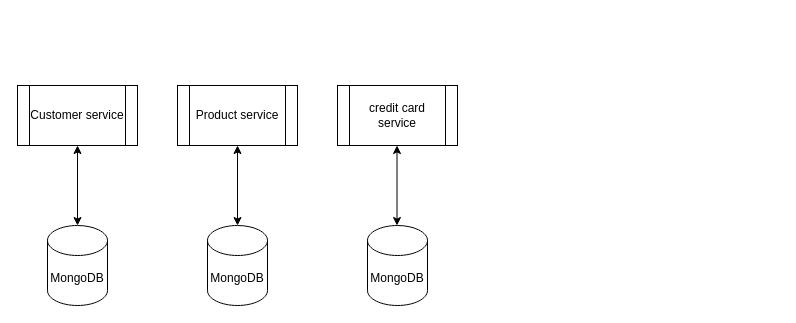
The draw.io diagram banking_diagram.drawio in flex18/banking_diagrama, before the edit. Source tidied: cells renumbered, new cells numbered last; positions are measured from the earlier drawing's top-left corner, leaving out a move shared by most shapes. Both pictures are drawn from the tidied source at 100%, with x=0, y=0 at pixel (17, 85).
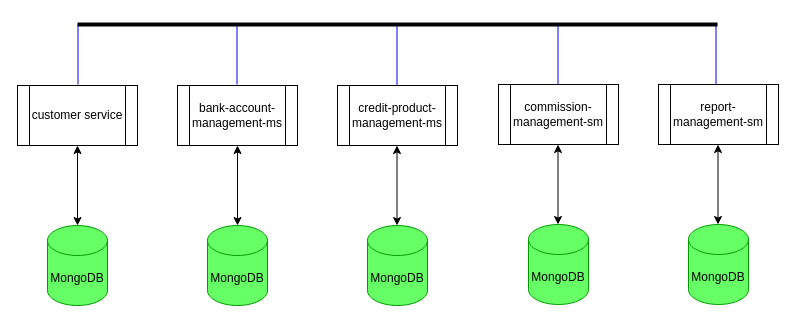
After the change.

What changed in the source:
```diff
@@
-    <mxCell id="2" value="Customer service" style="shape=process;whiteSpace=wrap;html=1;backgroundOutline=1;" parent="1" vertex="1">
+    <mxCell id="2" value="customer service" style="shape=process;whiteSpace=wrap;html=1;backgroundOutline=1;" parent="1" vertex="1">
       <mxGeometry width="120" height="60" as="geometry" />
     </mxCell>
-    <mxCell id="3" value="Product service" style="shape=process;whiteSpace=wrap;html=1;backgroundOutline=1;" parent="1" vertex="1">
+    <mxCell id="3" value="bank-account-management-ms" style="shape=process;whiteSpace=wrap;html=1;backgroundOutline=1;" parent="1" vertex="1">
       <mxGeometry x="160" width="120" height="60" as="geometry" />
     </mxCell>
-    <mxCell id="4" value="credit card service" style="shape=process;whiteSpace=wrap;html=1;backgroundOutline=1;" parent="1" vertex="1">
+    <mxCell id="4" value="credit-product-management-ms" style="shape=process;whiteSpace=wrap;html=1;backgroundOutline=1;" parent="1" vertex="1">
       <mxGeometry x="320" width="120" height="60" as="geometry" />
     </mxCell>
-    <mxCell id="5" value="MongoDB" style="shape=cylinder3;whiteSpace=wrap;html=1;boundedLbl=1;backgroundOutline=1;size=15;" parent="1" vertex="1">
+    <mxCell id="5" value="MongoDB" style="shape=cylinder3;whiteSpace=wrap;html=1;boundedLbl=1;backgroundOutline=1;size=15;strokeColor=#009900;fillColor=#66FF66;" parent="1" vertex="1">
       <mxGeometry x="30" y="140" width="60" height="80" as="geometry" />
     </mxCell>
-    <mxCell id="6" value="MongoDB" style="shape=cylinder3;whiteSpace=wrap;html=1;boundedLbl=1;backgroundOutline=1;size=15;" parent="1" vertex="1">
+    <mxCell id="6" value="MongoDB" style="shape=cylinder3;whiteSpace=wrap;html=1;boundedLbl=1;backgroundOutline=1;size=15;strokeColor=#009900;fillColor=#66FF66;" parent="1" vertex="1">
       <mxGeometry x="190" y="140" width="60" height="80" as="geometry" />
     </mxCell>
-    <mxCell id="7" value="MongoDB" style="shape=cylinder3;whiteSpace=wrap;html=1;boundedLbl=1;backgroundOutline=1;size=15;" parent="1" vertex="1">
+    <mxCell id="7" value="MongoDB" style="shape=cylinder3;whiteSpace=wrap;html=1;boundedLbl=1;backgroundOutline=1;size=15;strokeColor=#009900;fillColor=#66FF66;" parent="1" vertex="1">
       <mxGeometry x="350" y="140" width="60" height="80" as="geometry" />
     </mxCell>
@@
+    <mxCell id="11" value="commission-management-sm" style="shape=process;whiteSpace=wrap;html=1;backgroundOutline=1;" parent="1" vertex="1">
+      <mxGeometry x="481" y="-1" width="120" height="60" as="geometry" />
+    </mxCell>
+    <mxCell id="12" value="MongoDB" style="shape=cylinder3;whiteSpace=wrap;html=1;boundedLbl=1;backgroundOutline=1;size=15;strokeColor=#009900;fillColor=#66FF66;" parent="1" vertex="1">
+      <mxGeometry x="511" y="139" width="60" height="80" as="geometry" />
+    </mxCell>
+    <mxCell id="13" style="endArrow=classic;startArrow=classic;html=1;rounded=0;exitX=0.5;exitY=0;exitDx=0;exitDy=0;exitPerimeter=0;" parent="1" edge="1">
+      <mxGeometry relative="1" as="geometry">
+        <mxPoint x="540.5" y="139" as="sourcePoint" />
+        <mxPoint x="540.5" y="59" as="targetPoint" />
+      </mxGeometry>
+    </mxCell>
+    <mxCell id="14" value="report-management-sm" style="shape=process;whiteSpace=wrap;html=1;backgroundOutline=1;" parent="1" vertex="1">
+      <mxGeometry x="641" y="-1" width="120" height="60" as="geometry" />
+    </mxCell>
+    <mxCell id="15" value="MongoDB" style="shape=cylinder3;whiteSpace=wrap;html=1;boundedLbl=1;backgroundOutline=1;size=15;strokeColor=#009900;fillColor=#66FF66;" parent="1" vertex="1">
+      <mxGeometry x="671" y="139" width="60" height="80" as="geometry" />
+    </mxCell>
+    <mxCell id="16" style="endArrow=classic;startArrow=classic;html=1;rounded=0;exitX=0.5;exitY=0;exitDx=0;exitDy=0;exitPerimeter=0;" parent="1" edge="1">
+      <mxGeometry relative="1" as="geometry">
+        <mxPoint x="700.5" y="139" as="sourcePoint" />
+        <mxPoint x="700.5" y="59" as="targetPoint" />
+      </mxGeometry>
+    </mxCell>
+    <mxCell id="17" style="endArrow=none;html=1;rounded=0;strokeColor=#0000FF;" parent="1" edge="1">
+      <mxGeometry relative="1" as="geometry">
+        <mxPoint x="219.5" y="-1" as="sourcePoint" />
+        <mxPoint x="219.5" y="-61" as="targetPoint" />
+      </mxGeometry>
+    </mxCell>
+    <mxCell id="18" style="endArrow=none;html=1;rounded=0;strokeColor=#0000FF;" parent="1" edge="1">
+      <mxGeometry relative="1" as="geometry">
+        <mxPoint x="379.5" as="sourcePoint" />
+        <mxPoint x="379.5" y="-60" as="targetPoint" />
+      </mxGeometry>
+    </mxCell>
+    <mxCell id="19" style="endArrow=none;html=1;rounded=0;strokeColor=#0000FF;" parent="1" edge="1">
+      <mxGeometry relative="1" as="geometry">
+        <mxPoint x="60.5" y="-1" as="sourcePoint" />
+        <mxPoint x="60.5" y="-61" as="targetPoint" />
+      </mxGeometry>
+    </mxCell>
+    <mxCell id="20" style="endArrow=none;html=1;rounded=0;strokeColor=#0000FF;" parent="1" edge="1">
+      <mxGeometry relative="1" as="geometry">
+        <mxPoint x="540.5" y="-1" as="sourcePoint" />
+        <mxPoint x="540.5" y="-61" as="targetPoint" />
+      </mxGeometry>
+    </mxCell>
+    <mxCell id="21" style="endArrow=none;html=1;rounded=0;strokeColor=#0000FF;" parent="1" edge="1">
+      <mxGeometry relative="1" as="geometry">
+        <mxPoint x="698.5" y="-1" as="sourcePoint" />
+        <mxPoint x="698.5" y="-61" as="targetPoint" />
+      </mxGeometry>
+    </mxCell>
+    <mxCell id="22" style="line;strokeWidth=4;html=1;perimeter=backbonePerimeter;" parent="1" vertex="1">
+      <mxGeometry x="60" y="-66" width="640" height="10" as="geometry" />
+    </mxCell>
```
